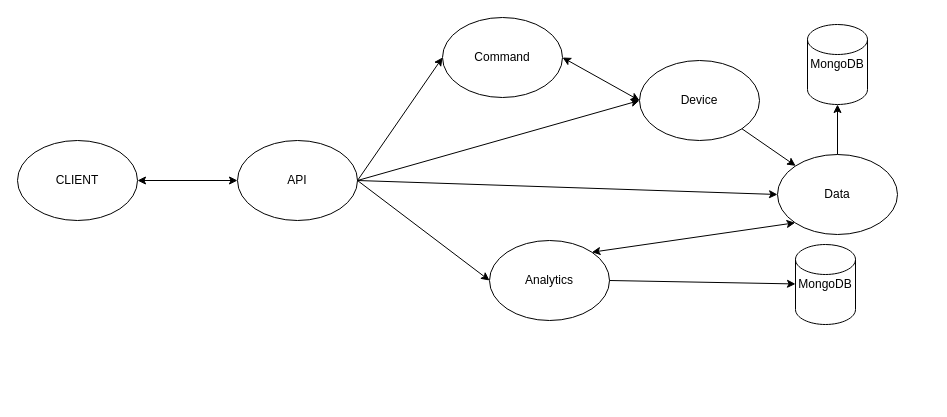
Before: diagram.drawio in Dunsteer/SOA, a draw.io diagram. Source tidied: cells renumbered, new cells numbered last; positions are measured from the earlier drawing's top-left corner, leaving out a move shared by most shapes. Both pictures are drawn from the tidied source at 100%, with x=0, y=0 at pixel (17, 17).
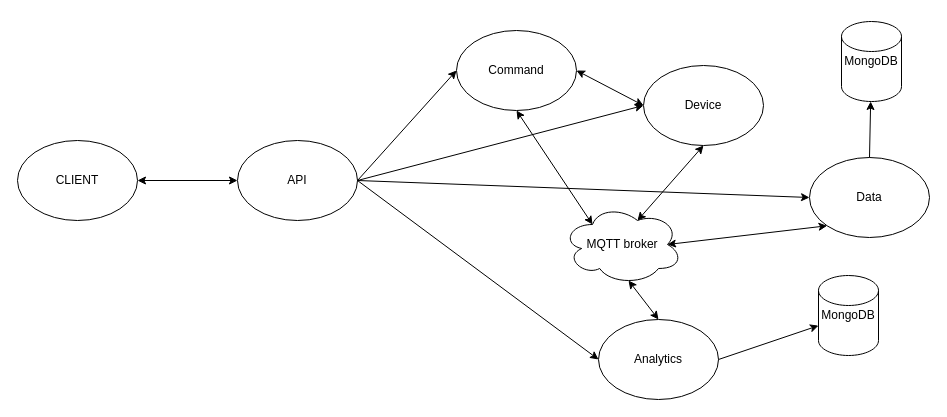
After the change.

Diff of the diagram source:
```diff
@@
     <mxCell id="4" value="Device&lt;br&gt;" style="ellipse;whiteSpace=wrap;html=1;" parent="1" vertex="1">
-      <mxGeometry x="622" y="43" width="120" height="80" as="geometry" />
+      <mxGeometry x="626" y="48" width="120" height="80" as="geometry" />
     </mxCell>
     <mxCell id="5" value="Data" style="ellipse;whiteSpace=wrap;html=1;" parent="1" vertex="1">
-      <mxGeometry x="760" y="137" width="120" height="80" as="geometry" />
+      <mxGeometry x="792" y="140" width="120" height="80" as="geometry" />
     </mxCell>
     <mxCell id="6" value="Analytics&lt;br&gt;" style="ellipse;whiteSpace=wrap;html=1;" parent="1" vertex="1">
-      <mxGeometry x="472" y="223" width="120" height="80" as="geometry" />
+      <mxGeometry x="581" y="302" width="120" height="80" as="geometry" />
     </mxCell>
     <mxCell id="7" value="Command&lt;br&gt;" style="ellipse;whiteSpace=wrap;html=1;" parent="1" vertex="1">
-      <mxGeometry x="425" width="120" height="80" as="geometry" />
+      <mxGeometry x="439" y="13" width="120" height="80" as="geometry" />
     </mxCell>
-    <mxCell id="8" style="endArrow=classic;html=1;exitX=1;exitY=1;exitDx=0;exitDy=0;" parent="1" edge="1" source="4" target="5">
-      <mxGeometry relative="1" as="geometry" />
-    </mxCell>
@@
     <mxCell id="15" value="MongoDB" style="shape=cylinder2;whiteSpace=wrap;html=1;boundedLbl=1;backgroundOutline=1;size=15;" parent="1" vertex="1">
-      <mxGeometry x="790" y="7" width="60" height="80" as="geometry" />
+      <mxGeometry x="824" y="4" width="60" height="80" as="geometry" />
     </mxCell>
@@
     <mxCell id="17" value="MongoDB" style="shape=cylinder2;whiteSpace=wrap;html=1;boundedLbl=1;backgroundOutline=1;size=15;" parent="1" vertex="1">
-      <mxGeometry x="778" y="227" width="60" height="80" as="geometry" />
+      <mxGeometry x="801" y="258" width="60" height="80" as="geometry" />
     </mxCell>
@@
-    <mxCell id="19" style="endArrow=classic;startArrow=classic;html=1;entryX=0;entryY=1;entryDx=0;entryDy=0;exitX=1;exitY=0;exitDx=0;exitDy=0;" parent="1" edge="1" source="6" target="5">
+    <mxCell id="19" style="endArrow=classic;startArrow=classic;html=1;entryX=0.55;entryY=0.95;entryDx=0;entryDy=0;exitX=0.5;exitY=0;exitDx=0;exitDy=0;entryPerimeter=0;" parent="1" edge="1" source="6" target="20">
       <mxGeometry relative="1" as="geometry" />
     </mxCell>
+    <mxCell id="20" value="MQTT broker" style="ellipse;shape=cloud;whiteSpace=wrap;html=1;" parent="1" vertex="1">
+      <mxGeometry x="545" y="187" width="120" height="80" as="geometry" />
+    </mxCell>
+    <mxCell id="21" style="endArrow=classic;startArrow=classic;html=1;entryX=0.5;entryY=1;entryDx=0;entryDy=0;exitX=0.25;exitY=0.25;exitDx=0;exitDy=0;exitPerimeter=0;" parent="1" edge="1" source="20" target="7">
+      <mxGeometry relative="1" as="geometry" />
+    </mxCell>
+    <mxCell id="22" style="endArrow=classic;startArrow=classic;html=1;entryX=0;entryY=1;entryDx=0;entryDy=0;exitX=0.875;exitY=0.5;exitDx=0;exitDy=0;exitPerimeter=0;" parent="1" edge="1" source="20" target="5">
+      <mxGeometry relative="1" as="geometry" />
+    </mxCell>
+    <mxCell id="23" style="endArrow=classic;startArrow=classic;html=1;entryX=0.5;entryY=1;entryDx=0;entryDy=0;exitX=0.625;exitY=0.2;exitDx=0;exitDy=0;exitPerimeter=0;" parent="1" edge="1" source="20" target="4">
+      <mxGeometry relative="1" as="geometry" />
+    </mxCell>
```
